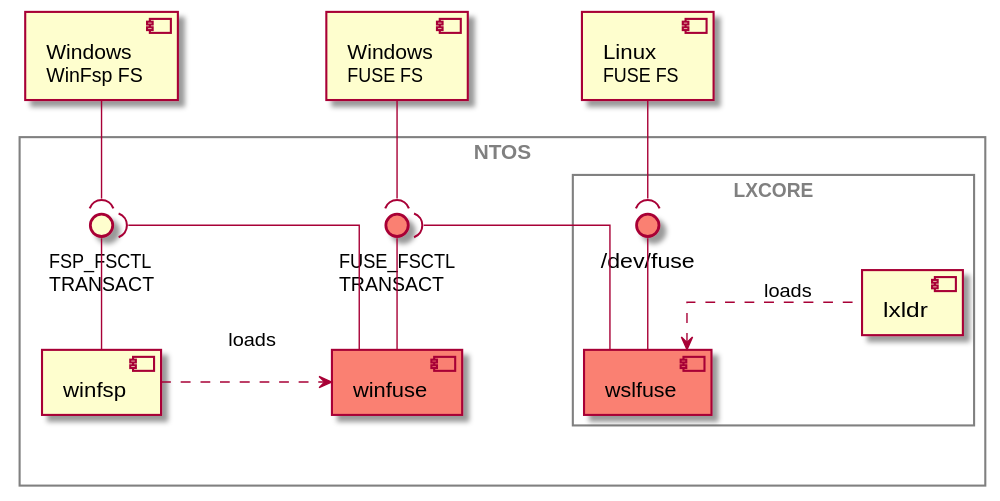
Before: doc/component.svg, a diagram exported from PlantUML (billziss-gh/winfuse).
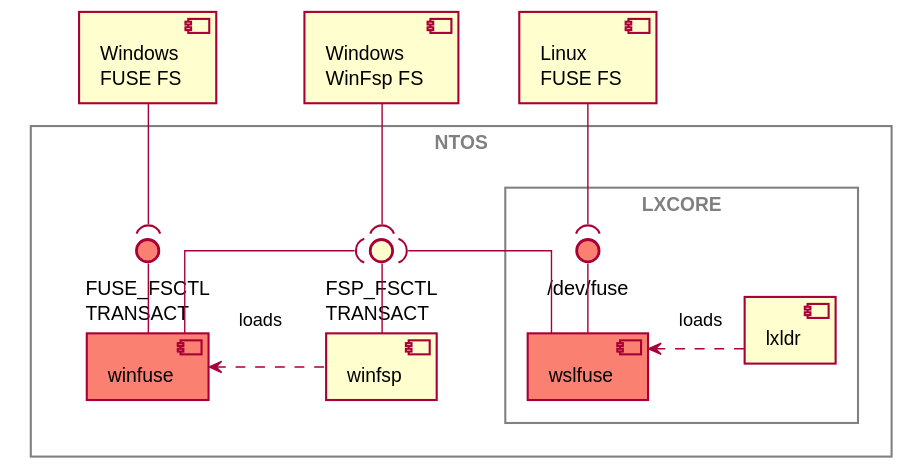
The same diagram one commit later.

What changed in the source:
```diff
@@ -1,8 +1,9 @@
 @startuml
 left to right direction
 skinparam componentStyle uml2
-skinparam nodesep 80
-skinparam ranksep 10
+skinparam nodesep 50
+skinparam ranksep 30
+skinparam shadowing false
 skinparam rectangle {
     fontcolor grey
     borderColor grey
@@ -12,16 +13,16 @@
 
 rectangle NTOS {
     together dummy {
+        component winfuse #Salmon
+        interface "FUSE_FSCTL\nTRANSACT" as FUSE_FSCTL_TRANSACT #Salmon
+        winfuse -right- FUSE_FSCTL_TRANSACT
+
         component winfsp
         interface "FSP_FSCTL\nTRANSACT" as FSP_FSCTL_TRANSACT
         winfsp -right- FSP_FSCTL_TRANSACT
 
-        component winfuse #Salmon
-        interface "FUSE_FSCTL\nTRANSACT" as FUSE_FSCTL_TRANSACT #Salmon
-        winfuse -right- FUSE_FSCTL_TRANSACT
-
-        winfsp .down.> winfuse: loads
-        winfuse -up-( FSP_FSCTL_TRANSACT
+        winfsp .up.> winfuse: loads
+        winfuse -down-( FSP_FSCTL_TRANSACT
     }
 
     rectangle LXCORE {
@@ -34,8 +35,8 @@
         lxldr .up.> wslfuse: loads
     }
 
-    winfuse -[hidden]- wslfuse
-    wslfuse -up--( FUSE_FSCTL_TRANSACT
+    winfsp -[hidden]- wslfuse
+    wslfuse -up-( FSP_FSCTL_TRANSACT
 }
 
 component "Windows\nWinFsp FS" as fspfs
```
